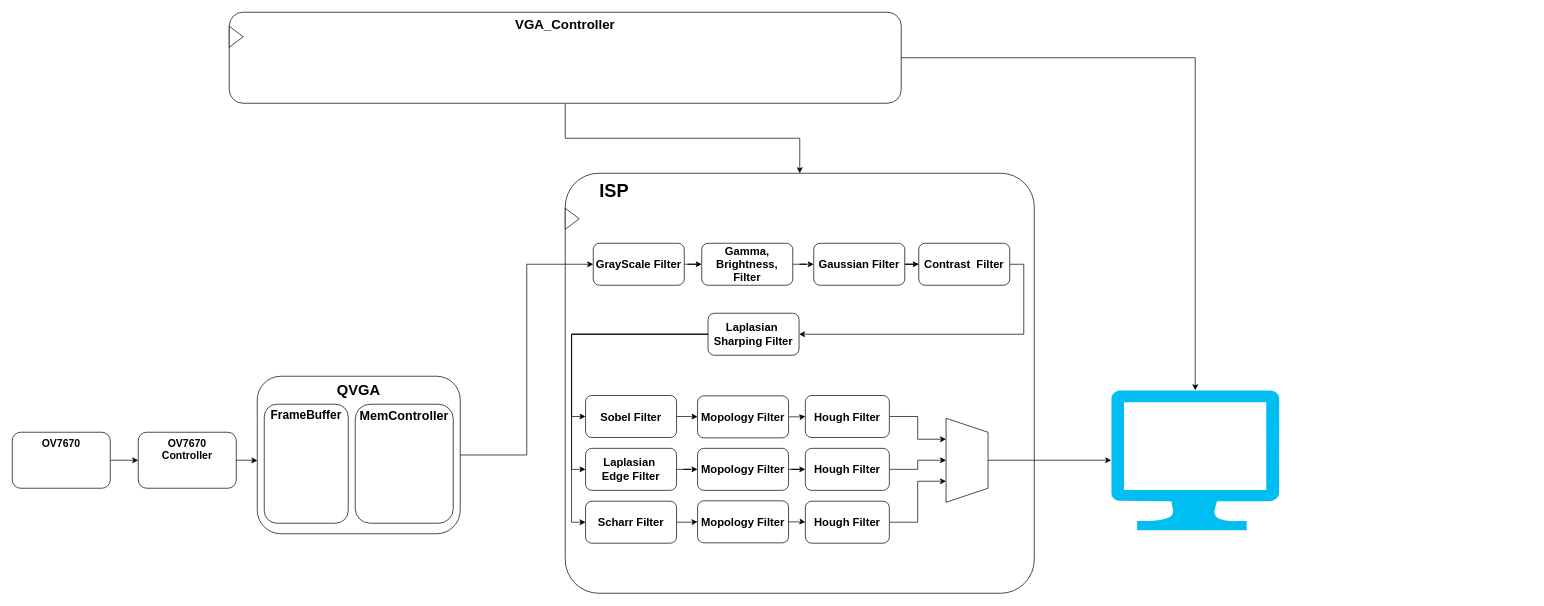
oriraccoon/Harman_ComputerArchitecture keeps this draw.io diagram as Block diagram/VGA_OV7670.drawio. Above is the earlier version. Source tidied: cells renumbered, new cells numbered last; positions are measured from the earlier drawing's top-left corner, leaving out a move shared by most shapes. Both pictures are drawn from the tidied source at 70%, with x=0, y=0 at pixel (12, 12).
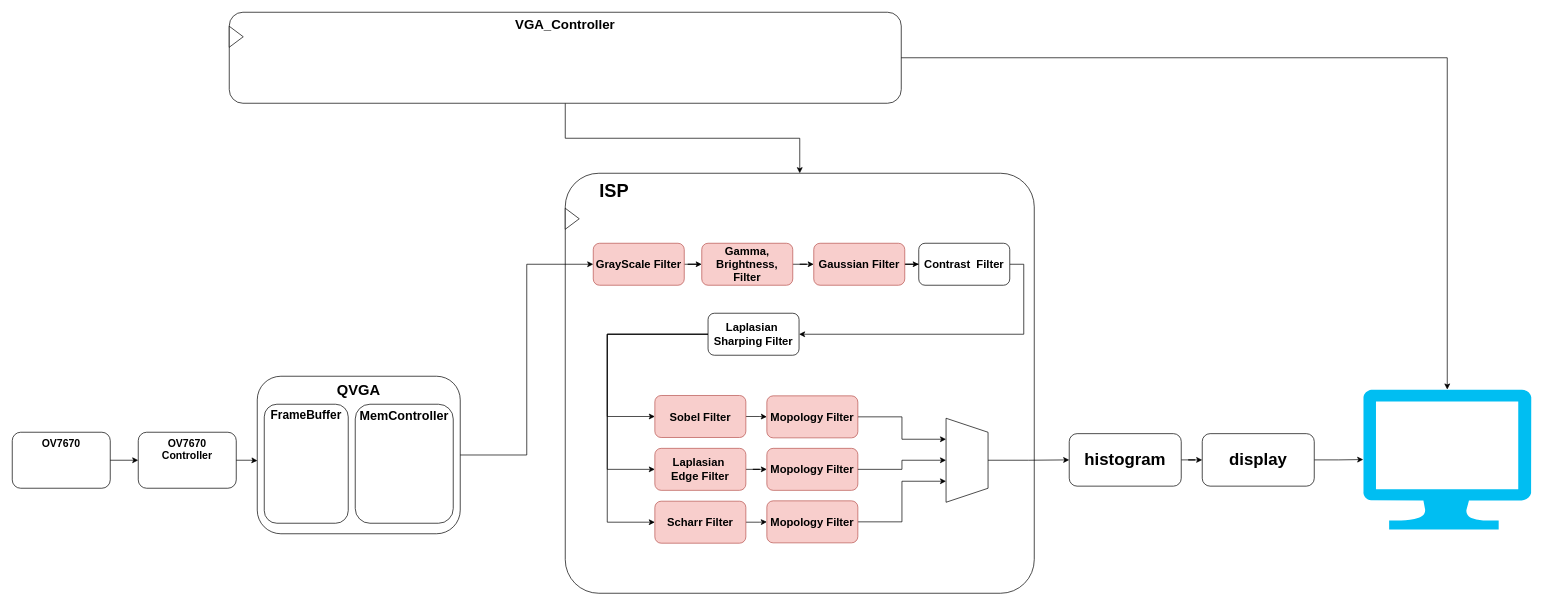
Above is the later version.

The change refers to these unchanged cells:
```xml
<mxCell id="11" value="&lt;b&gt;&lt;font style=&quot;font-size: 16px;&quot;&gt;Laplasian&amp;nbsp;&lt;/font&gt;&lt;/b&gt;&lt;div&gt;&lt;b&gt;&lt;font style=&quot;font-size: 16px;&quot;&gt;Sharping Filter&lt;/font&gt;&lt;/b&gt;&lt;/div&gt;" style="rounded=1;whiteSpace=wrap;html=1;" parent="1" vertex="1">
  <mxGeometry x="994" y="430" width="130" height="60" as="geometry" />
</mxCell>
<mxCell id="33" style="shape=trapezoid;perimeter=trapezoidPerimeter;whiteSpace=wrap;html=1;fixedSize=1;rotation=90;" parent="1" vertex="1">
  <mxGeometry x="1304" y="610" width="120" height="60" as="geometry" />
</mxCell>
```

Change to the diagram source:
```diff
@@
-    <mxCell id="5" value="&lt;b&gt;&lt;font style=&quot;font-size: 16px;&quot;&gt;Gamma, Brightness, Filter&lt;/font&gt;&lt;/b&gt;" style="rounded=1;whiteSpace=wrap;html=1;" parent="1" vertex="1">
+    <mxCell id="5" value="&lt;b&gt;&lt;font style=&quot;font-size: 16px;&quot;&gt;Gamma, Brightness, Filter&lt;/font&gt;&lt;/b&gt;" style="rounded=1;whiteSpace=wrap;html=1;fillColor=#f8cecc;strokeColor=#b85450;" parent="1" vertex="1">
       <mxGeometry x="985" y="330" width="130" height="60" as="geometry" />
     </mxCell>
@@
-    <mxCell id="7" value="&lt;b&gt;&lt;font style=&quot;font-size: 16px;&quot;&gt;Gaussian Filter&lt;/font&gt;&lt;/b&gt;" style="rounded=1;whiteSpace=wrap;html=1;" parent="1" vertex="1">
+    <mxCell id="7" value="&lt;b&gt;&lt;font style=&quot;font-size: 16px;&quot;&gt;Gaussian Filter&lt;/font&gt;&lt;/b&gt;" style="rounded=1;whiteSpace=wrap;html=1;fillColor=#f8cecc;strokeColor=#b85450;" parent="1" vertex="1">
       <mxGeometry x="1145" y="330" width="130" height="60" as="geometry" />
     </mxCell>
-    <mxCell id="8" style="edgeStyle=orthogonalEdgeStyle;rounded=0;jettySize=auto;html=1;entryX=0;entryY=0.5;entryDx=0;entryDy=0;" parent="1" edge="1" source="11" target="13">
-      <mxGeometry relative="1" as="geometry" />
+    <mxCell id="8" style="edgeStyle=orthogonalEdgeStyle;rounded=0;jettySize=auto;html=1;entryX=0;entryY=0.5;entryDx=0;entryDy=0;exitX=0;exitY=0.5;exitDx=0;exitDy=0;" parent="1" edge="1" source="11" target="13">
+      <mxGeometry relative="1" as="geometry">
+        <Array as="points">
+          <mxPoint x="850" y="460" />
+          <mxPoint x="850" y="578" />
+        </Array>
+      </mxGeometry>
     </mxCell>
-    <mxCell id="9" style="edgeStyle=orthogonalEdgeStyle;rounded=0;jettySize=auto;html=1;entryX=0;entryY=0.5;entryDx=0;entryDy=0;" parent="1" edge="1" source="11" target="37">
-      <mxGeometry relative="1" as="geometry" />
+    <mxCell id="9" style="edgeStyle=orthogonalEdgeStyle;rounded=0;jettySize=auto;html=1;entryX=0;entryY=0.5;entryDx=0;entryDy=0;exitX=0;exitY=0.5;exitDx=0;exitDy=0;" parent="1" edge="1" source="11" target="37">
+      <mxGeometry relative="1" as="geometry">
+        <Array as="points">
+          <mxPoint x="850" y="460" />
+          <mxPoint x="850" y="653" />
+        </Array>
+      </mxGeometry>
     </mxCell>
-    <mxCell id="10" style="edgeStyle=orthogonalEdgeStyle;rounded=0;jettySize=auto;html=1;entryX=0;entryY=0.5;entryDx=0;entryDy=0;" parent="1" edge="1" source="11" target="15">
-      <mxGeometry relative="1" as="geometry" />
+    <mxCell id="10" style="edgeStyle=orthogonalEdgeStyle;rounded=0;jettySize=auto;html=1;entryX=0;entryY=0.5;entryDx=0;entryDy=0;exitX=0;exitY=0.5;exitDx=0;exitDy=0;" parent="1" edge="1" source="11" target="15">
+      <mxGeometry relative="1" as="geometry">
+        <Array as="points">
+          <mxPoint x="850" y="460" />
+          <mxPoint x="850" y="729" />
+        </Array>
+      </mxGeometry>
     </mxCell>
@@
-    <mxCell id="13" value="&lt;b&gt;&lt;font style=&quot;font-size: 16px;&quot;&gt;Sobel Filter&lt;/font&gt;&lt;/b&gt;" style="rounded=1;whiteSpace=wrap;html=1;" parent="1" vertex="1">
-      <mxGeometry x="819" y="547.5" width="130" height="60" as="geometry" />
+    <mxCell id="13" value="&lt;b&gt;&lt;font style=&quot;font-size: 16px;&quot;&gt;Sobel Filter&lt;/font&gt;&lt;/b&gt;" style="rounded=1;whiteSpace=wrap;html=1;fillColor=#f8cecc;strokeColor=#b85450;" parent="1" vertex="1">
+      <mxGeometry x="918" y="547.5" width="130" height="60" as="geometry" />
     </mxCell>
@@
-    <mxCell id="15" value="&lt;b&gt;&lt;font style=&quot;font-size: 16px;&quot;&gt;Scharr Filter&lt;/font&gt;&lt;/b&gt;" style="rounded=1;whiteSpace=wrap;html=1;" parent="1" vertex="1">
-      <mxGeometry x="819" y="698.5" width="130" height="60" as="geometry" />
+    <mxCell id="15" value="&lt;b&gt;&lt;font style=&quot;font-size: 16px;&quot;&gt;Scharr Filter&lt;/font&gt;&lt;/b&gt;" style="rounded=1;whiteSpace=wrap;html=1;fillColor=#f8cecc;strokeColor=#b85450;" parent="1" vertex="1">
+      <mxGeometry x="918" y="698.5" width="130" height="60" as="geometry" />
     </mxCell>
-    <mxCell id="16" style="edgeStyle=orthogonalEdgeStyle;rounded=0;jettySize=auto;html=1;" parent="1" edge="1" source="17" target="35">
-      <mxGeometry relative="1" as="geometry" />
-    </mxCell>
-    <mxCell id="17" value="&lt;b&gt;&lt;font style=&quot;font-size: 16px;&quot;&gt;Mopology Filter&lt;/font&gt;&lt;/b&gt;" style="rounded=1;whiteSpace=wrap;html=1;" parent="1" vertex="1">
-      <mxGeometry x="979" y="623" width="130" height="60" as="geometry" />
+    <mxCell id="17" value="&lt;b&gt;&lt;font style=&quot;font-size: 16px;&quot;&gt;Mopology Filter&lt;/font&gt;&lt;/b&gt;" style="rounded=1;whiteSpace=wrap;html=1;fillColor=#f8cecc;strokeColor=#b85450;" parent="1" vertex="1">
+      <mxGeometry x="1078" y="623" width="130" height="60" as="geometry" />
     </mxCell>
@@
-    <mxCell id="29" value="&lt;b&gt;&lt;font style=&quot;font-size: 16px;&quot;&gt;GrayScale Filter&lt;/font&gt;&lt;/b&gt;" style="rounded=1;whiteSpace=wrap;html=1;" parent="1" vertex="1">
+    <mxCell id="29" value="&lt;b&gt;&lt;font style=&quot;font-size: 16px;&quot;&gt;GrayScale Filter&lt;/font&gt;&lt;/b&gt;" style="rounded=1;whiteSpace=wrap;html=1;fillColor=#f8cecc;strokeColor=#b85450;" parent="1" vertex="1">
       <mxGeometry x="830" y="330" width="130" height="60" as="geometry" />
     </mxCell>
@@
-    <mxCell id="32" style="edgeStyle=orthogonalEdgeStyle;rounded=0;jettySize=auto;html=1;entryX=0;entryY=0.5;entryDx=0;entryDy=0;entryPerimeter=0;" parent="1" edge="1" source="33" target="50">
-      <mxGeometry relative="1" as="geometry" />
-    </mxCell>
+    <mxCell id="52" style="edgeStyle=orthogonalEdgeStyle;rounded=0;jettySize=auto;html=1;entryX=0;entryY=0.5;entryDx=0;entryDy=0;" parent="1" edge="1" source="33" target="54">
+      <mxGeometry relative="1" as="geometry" />
+    </mxCell>
@@
-    <mxCell id="34" style="edgeStyle=orthogonalEdgeStyle;rounded=0;jettySize=auto;html=1;entryX=0.5;entryY=1;entryDx=0;entryDy=0;" parent="1" edge="1" source="35" target="33">
+    <mxCell id="34" style="edgeStyle=orthogonalEdgeStyle;rounded=0;jettySize=auto;html=1;entryX=0.5;entryY=1;entryDx=0;entryDy=0;exitX=1;exitY=0.5;exitDx=0;exitDy=0;" parent="1" edge="1" source="17" target="33">
       <mxGeometry relative="1" as="geometry" />
     </mxCell>
-    <mxCell id="35" value="&lt;b&gt;&lt;font style=&quot;font-size: 16px;&quot;&gt;Hough Filter&lt;/font&gt;&lt;/b&gt;" style="rounded=1;whiteSpace=wrap;html=1;" parent="1" vertex="1">
-      <mxGeometry x="1133" y="623" width="120" height="60" as="geometry" />
-    </mxCell>
@@
-    <mxCell id="37" value="&lt;b&gt;&lt;font style=&quot;font-size: 16px;&quot;&gt;Laplasian&amp;nbsp;&lt;/font&gt;&lt;/b&gt;&lt;div&gt;&lt;b&gt;&lt;font style=&quot;font-size: 16px;&quot;&gt;Edge Filter&lt;/font&gt;&lt;/b&gt;&lt;/div&gt;" style="rounded=1;whiteSpace=wrap;html=1;" parent="1" vertex="1">
-      <mxGeometry x="819" y="623" width="130" height="60" as="geometry" />
+    <mxCell id="37" value="&lt;b&gt;&lt;font style=&quot;font-size: 16px;&quot;&gt;Laplasian&amp;nbsp;&lt;/font&gt;&lt;/b&gt;&lt;div&gt;&lt;b&gt;&lt;font style=&quot;font-size: 16px;&quot;&gt;Edge Filter&lt;/font&gt;&lt;/b&gt;&lt;/div&gt;" style="rounded=1;whiteSpace=wrap;html=1;fillColor=#f8cecc;strokeColor=#b85450;" parent="1" vertex="1">
+      <mxGeometry x="918" y="623" width="130" height="60" as="geometry" />
     </mxCell>
-    <mxCell id="38" style="edgeStyle=orthogonalEdgeStyle;rounded=0;jettySize=auto;html=1;entryX=0.75;entryY=1;entryDx=0;entryDy=0;" parent="1" edge="1" source="39" target="33">
+    <mxCell id="38" style="edgeStyle=orthogonalEdgeStyle;rounded=0;jettySize=auto;html=1;entryX=0.75;entryY=1;entryDx=0;entryDy=0;exitX=1;exitY=0.5;exitDx=0;exitDy=0;" parent="1" edge="1" source="45" target="33">
       <mxGeometry relative="1" as="geometry" />
     </mxCell>
-    <mxCell id="39" value="&lt;b&gt;&lt;font style=&quot;font-size: 16px;&quot;&gt;Hough Filter&lt;/font&gt;&lt;/b&gt;" style="rounded=1;whiteSpace=wrap;html=1;" parent="1" vertex="1">
-      <mxGeometry x="1133" y="698.5" width="120" height="60" as="geometry" />
-    </mxCell>
-    <mxCell id="40" style="edgeStyle=orthogonalEdgeStyle;rounded=0;jettySize=auto;html=1;entryX=0.25;entryY=1;entryDx=0;entryDy=0;" parent="1" edge="1" source="41" target="33">
+    <mxCell id="40" style="edgeStyle=orthogonalEdgeStyle;rounded=0;jettySize=auto;html=1;entryX=0.25;entryY=1;entryDx=0;entryDy=0;exitX=1;exitY=0.5;exitDx=0;exitDy=0;" parent="1" edge="1" source="43" target="33">
       <mxGeometry relative="1" as="geometry" />
     </mxCell>
-    <mxCell id="41" value="&lt;b&gt;&lt;font style=&quot;font-size: 16px;&quot;&gt;Hough Filter&lt;/font&gt;&lt;/b&gt;" style="rounded=1;whiteSpace=wrap;html=1;" parent="1" vertex="1">
-      <mxGeometry x="1133" y="547.5" width="120" height="60" as="geometry" />
-    </mxCell>
-    <mxCell id="42" style="edgeStyle=orthogonalEdgeStyle;rounded=0;jettySize=auto;html=1;" parent="1" edge="1" source="43" target="41">
-      <mxGeometry relative="1" as="geometry" />
-    </mxCell>
-    <mxCell id="43" value="&lt;b&gt;&lt;font style=&quot;font-size: 16px;&quot;&gt;Mopology Filter&lt;/font&gt;&lt;/b&gt;" style="rounded=1;whiteSpace=wrap;html=1;" parent="1" vertex="1">
-      <mxGeometry x="979" y="548" width="130" height="60" as="geometry" />
+    <mxCell id="43" value="&lt;b&gt;&lt;font style=&quot;font-size: 16px;&quot;&gt;Mopology Filter&lt;/font&gt;&lt;/b&gt;" style="rounded=1;whiteSpace=wrap;html=1;fillColor=#f8cecc;strokeColor=#b85450;" parent="1" vertex="1">
+      <mxGeometry x="1078" y="548" width="130" height="60" as="geometry" />
     </mxCell>
-    <mxCell id="44" style="edgeStyle=orthogonalEdgeStyle;rounded=0;jettySize=auto;html=1;" parent="1" edge="1" source="45" target="39">
-      <mxGeometry relative="1" as="geometry" />
-    </mxCell>
-    <mxCell id="45" value="&lt;b&gt;&lt;font style=&quot;font-size: 16px;&quot;&gt;Mopology Filter&lt;/font&gt;&lt;/b&gt;" style="rounded=1;whiteSpace=wrap;html=1;" parent="1" vertex="1">
-      <mxGeometry x="979" y="698" width="130" height="60" as="geometry" />
+    <mxCell id="45" value="&lt;b&gt;&lt;font style=&quot;font-size: 16px;&quot;&gt;Mopology Filter&lt;/font&gt;&lt;/b&gt;" style="rounded=1;whiteSpace=wrap;html=1;fillColor=#f8cecc;strokeColor=#b85450;" parent="1" vertex="1">
+      <mxGeometry x="1078" y="698" width="130" height="60" as="geometry" />
     </mxCell>
@@
     <mxCell id="50" style="verticalLabelPosition=bottom;html=1;verticalAlign=top;align=center;strokeColor=none;fillColor=#00BEF2;shape=mxgraph.azure.computer;" parent="1" vertex="1">
-      <mxGeometry x="1570" y="540" width="240" height="200" as="geometry" />
+      <mxGeometry x="1930" y="539" width="240" height="200" as="geometry" />
     </mxCell>
@@
+    <mxCell id="53" style="edgeStyle=orthogonalEdgeStyle;rounded=0;jettySize=auto;html=1;" parent="1" edge="1" source="54" target="56">
+      <mxGeometry relative="1" as="geometry" />
+    </mxCell>
+    <mxCell id="54" value="&lt;b&gt;&lt;font style=&quot;font-size: 24px;&quot;&gt;histogram&lt;/font&gt;&lt;/b&gt;" style="rounded=1;whiteSpace=wrap;html=1;" parent="1" vertex="1">
+      <mxGeometry x="1510" y="602" width="160" height="75" as="geometry" />
+    </mxCell>
+    <mxCell id="55" style="edgeStyle=orthogonalEdgeStyle;rounded=0;jettySize=auto;html=1;" parent="1" edge="1" source="56" target="50">
+      <mxGeometry relative="1" as="geometry" />
+    </mxCell>
+    <mxCell id="56" value="&lt;b&gt;&lt;font style=&quot;font-size: 24px;&quot;&gt;display&lt;/font&gt;&lt;/b&gt;" style="rounded=1;whiteSpace=wrap;html=1;" parent="1" vertex="1">
+      <mxGeometry x="1700" y="602" width="160" height="75" as="geometry" />
+    </mxCell>
```
